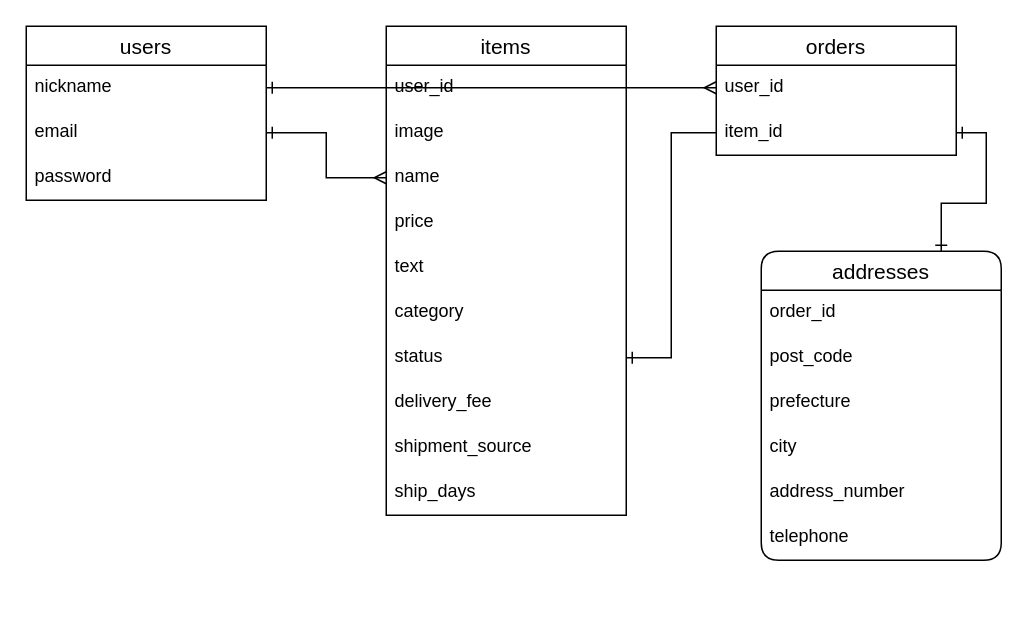
sisyphe0713/furima-30355 keeps this draw.io diagram as ER.dio. Above is the earlier version. Source tidied: cells renumbered, new cells numbered last; positions are measured from the earlier drawing's top-left corner, leaving out a move shared by most shapes. Both pictures are drawn from the tidied source at 150%, with x=0, y=0 at pixel (26, 26).
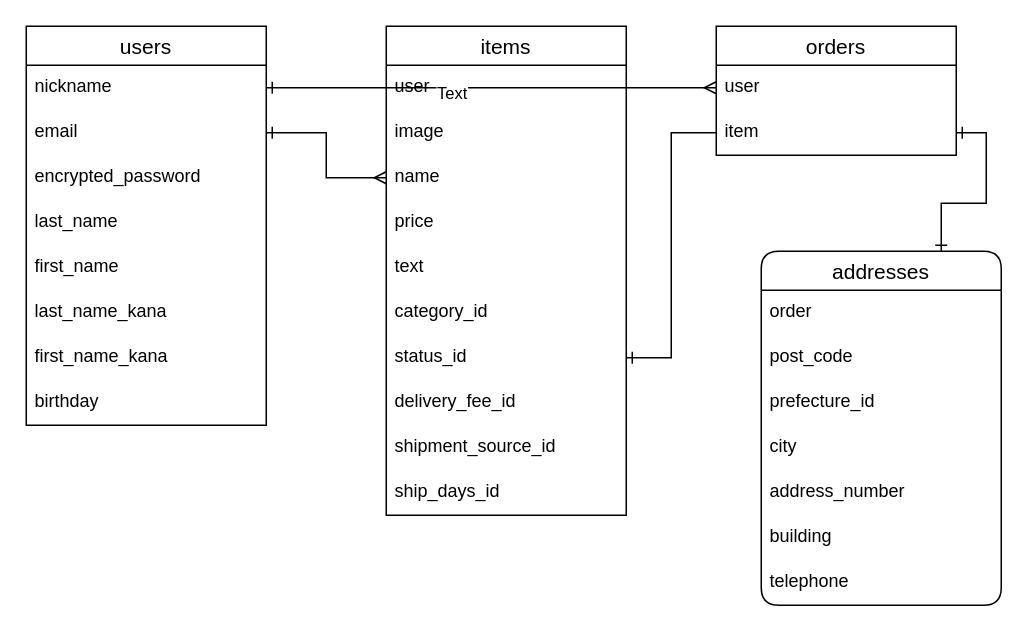
The same diagram, later.

Commit message (it also covers changes not shown here):
ER図、README修正

Unchanged cells that the change refers to:
```xml
<mxCell id="6" value="items" style="swimlane;fontStyle=0;horizontal=1;startSize=26;align=center;fontSize=14;" parent="1" vertex="1">
  <mxGeometry x="240" width="160" height="326" as="geometry" />
</mxCell>
<mxCell id="17" value="orders" style="swimlane;fontStyle=0;horizontal=1;startSize=26;align=center;fontSize=14;" parent="1" vertex="1">
  <mxGeometry x="460" width="160" height="86" as="geometry" />
</mxCell>
<mxCell id="30" style="edgeStyle=orthogonalEdgeStyle;rounded=0;jettySize=auto;html=1;exitX=1;exitY=0.5;exitDx=0;exitDy=0;entryX=0;entryY=0.5;entryDx=0;entryDy=0;startArrow=ERone;startFill=0;endArrow=ERmany;endFill=0;" parent="1" edge="1" source="3" target="18">
  <mxGeometry relative="1" as="geometry" />
</mxCell>
```

What changed in the source:
```diff
@@
     <mxCell id="2" value="users" style="swimlane;fontStyle=0;horizontal=1;startSize=26;align=center;fontSize=14;" parent="1" vertex="1">
-      <mxGeometry width="160" height="116" as="geometry" />
+      <mxGeometry width="160" height="266" as="geometry" />
     </mxCell>
@@
+    <mxCell id="31" value="encrypted_password" style="text;strokeColor=none;fillColor=none;spacingLeft=4;spacingRight=4;overflow=hidden;fontSize=12;" parent="2" vertex="1">
+      <mxGeometry y="86" width="160" height="30" as="geometry" />
+    </mxCell>
+    <mxCell id="32" value="last_name" style="text;strokeColor=none;fillColor=none;spacingLeft=4;spacingRight=4;overflow=hidden;fontSize=12;" parent="2" vertex="1">
+      <mxGeometry y="116" width="160" height="30" as="geometry" />
+    </mxCell>
+    <mxCell id="33" value="first_name" style="text;strokeColor=none;fillColor=none;spacingLeft=4;spacingRight=4;overflow=hidden;fontSize=12;" parent="2" vertex="1">
+      <mxGeometry y="146" width="160" height="30" as="geometry" />
+    </mxCell>
+    <mxCell id="34" value="last_name_kana" style="text;strokeColor=none;fillColor=none;spacingLeft=4;spacingRight=4;overflow=hidden;fontSize=12;" parent="2" vertex="1">
+      <mxGeometry y="176" width="160" height="30" as="geometry" />
+    </mxCell>
+    <mxCell id="35" value="first_name_kana" style="text;strokeColor=none;fillColor=none;spacingLeft=4;spacingRight=4;overflow=hidden;fontSize=12;" parent="2" vertex="1">
+      <mxGeometry y="206" width="160" height="30" as="geometry" />
+    </mxCell>
-    <mxCell id="5" value="password" style="text;strokeColor=none;fillColor=none;spacingLeft=4;spacingRight=4;overflow=hidden;fontSize=12;" parent="2" vertex="1">
-      <mxGeometry y="86" width="160" height="30" as="geometry" />
+    <mxCell id="5" value="birthday" style="text;strokeColor=none;fillColor=none;spacingLeft=4;spacingRight=4;overflow=hidden;fontSize=12;" parent="2" vertex="1">
+      <mxGeometry y="236" width="160" height="30" as="geometry" />
     </mxCell>
@@
-    <mxCell id="7" value="user_id" style="text;strokeColor=none;fillColor=none;spacingLeft=4;spacingRight=4;overflow=hidden;fontSize=12;" parent="6" vertex="1">
+    <mxCell id="7" value="user" style="text;strokeColor=none;fillColor=none;spacingLeft=4;spacingRight=4;overflow=hidden;fontSize=12;" parent="6" vertex="1">
       <mxGeometry y="26" width="160" height="30" as="geometry" />
     </mxCell>
@@
-    <mxCell id="12" value="category" style="text;strokeColor=none;fillColor=none;spacingLeft=4;spacingRight=4;overflow=hidden;fontSize=12;" parent="6" vertex="1">
+    <mxCell id="12" value="category_id" style="text;strokeColor=none;fillColor=none;spacingLeft=4;spacingRight=4;overflow=hidden;fontSize=12;" parent="6" vertex="1">
       <mxGeometry y="176" width="160" height="30" as="geometry" />
     </mxCell>
-    <mxCell id="13" value="status" style="text;strokeColor=none;fillColor=none;spacingLeft=4;spacingRight=4;overflow=hidden;points=[[0,0.5],[1,0.5]];portConstraint=eastwest;fontSize=12;" parent="6" vertex="1">
+    <mxCell id="13" value="status_id" style="text;strokeColor=none;fillColor=none;spacingLeft=4;spacingRight=4;overflow=hidden;points=[[0,0.5],[1,0.5]];portConstraint=eastwest;fontSize=12;" parent="6" vertex="1">
       <mxGeometry y="206" width="160" height="30" as="geometry" />
     </mxCell>
-    <mxCell id="14" value="delivery_fee" style="text;strokeColor=none;fillColor=none;spacingLeft=4;spacingRight=4;overflow=hidden;fontSize=12;" parent="6" vertex="1">
+    <mxCell id="14" value="delivery_fee_id" style="text;strokeColor=none;fillColor=none;spacingLeft=4;spacingRight=4;overflow=hidden;fontSize=12;" parent="6" vertex="1">
       <mxGeometry y="236" width="160" height="30" as="geometry" />
     </mxCell>
-    <mxCell id="15" value="shipment_source" style="text;strokeColor=none;fillColor=none;spacingLeft=4;spacingRight=4;overflow=hidden;fontSize=12;" parent="6" vertex="1">
+    <mxCell id="15" value="shipment_source_id" style="text;strokeColor=none;fillColor=none;spacingLeft=4;spacingRight=4;overflow=hidden;fontSize=12;" parent="6" vertex="1">
       <mxGeometry y="266" width="160" height="30" as="geometry" />
     </mxCell>
-    <mxCell id="16" value="ship_days" style="text;strokeColor=none;fillColor=none;spacingLeft=4;spacingRight=4;overflow=hidden;fontSize=12;" parent="6" vertex="1">
+    <mxCell id="16" value="ship_days_id" style="text;strokeColor=none;fillColor=none;spacingLeft=4;spacingRight=4;overflow=hidden;fontSize=12;" parent="6" vertex="1">
       <mxGeometry y="296" width="160" height="30" as="geometry" />
     </mxCell>
@@
-    <mxCell id="18" value="user_id" style="text;strokeColor=none;fillColor=none;spacingLeft=4;spacingRight=4;overflow=hidden;points=[[0,0.5],[1,0.5]];portConstraint=eastwest;fontSize=12;" parent="17" vertex="1">
+    <mxCell id="18" value="user" style="text;strokeColor=none;fillColor=none;spacingLeft=4;spacingRight=4;overflow=hidden;points=[[0,0.5],[1,0.5]];portConstraint=eastwest;fontSize=12;" parent="17" vertex="1">
       <mxGeometry y="26" width="160" height="30" as="geometry" />
     </mxCell>
-    <mxCell id="19" value="item_id" style="text;strokeColor=none;fillColor=none;spacingLeft=4;spacingRight=4;overflow=hidden;points=[[0,0.5],[1,0.5]];portConstraint=eastwest;fontSize=12;" parent="17" vertex="1">
+    <mxCell id="19" value="item" style="text;strokeColor=none;fillColor=none;spacingLeft=4;spacingRight=4;overflow=hidden;points=[[0,0.5],[1,0.5]];portConstraint=eastwest;fontSize=12;" parent="17" vertex="1">
       <mxGeometry y="56" width="160" height="30" as="geometry" />
     </mxCell>
     <mxCell id="20" value="addresses" style="swimlane;fontStyle=0;horizontal=1;startSize=26;align=center;fontSize=14;rounded=1;" parent="1" vertex="1">
-      <mxGeometry x="490" y="150" width="160" height="206" as="geometry" />
+      <mxGeometry x="490" y="150" width="160" height="236" as="geometry" />
     </mxCell>
-    <mxCell id="21" value="order_id" style="text;strokeColor=none;fillColor=none;spacingLeft=4;spacingRight=4;overflow=hidden;fontSize=12;" parent="20" vertex="1">
+    <mxCell id="21" value="order" style="text;strokeColor=none;fillColor=none;spacingLeft=4;spacingRight=4;overflow=hidden;fontSize=12;" parent="20" vertex="1">
       <mxGeometry y="26" width="160" height="30" as="geometry" />
     </mxCell>
@@
-    <mxCell id="23" value="prefecture" style="text;strokeColor=none;fillColor=none;spacingLeft=4;spacingRight=4;overflow=hidden;fontSize=12;" parent="20" vertex="1">
+    <mxCell id="23" value="prefecture_id" style="text;strokeColor=none;fillColor=none;spacingLeft=4;spacingRight=4;overflow=hidden;fontSize=12;" parent="20" vertex="1">
       <mxGeometry y="86" width="160" height="30" as="geometry" />
     </mxCell>
@@
+    <mxCell id="36" value="building" style="text;strokeColor=none;fillColor=none;spacingLeft=4;spacingRight=4;overflow=hidden;fontSize=12;" parent="20" vertex="1">
+      <mxGeometry y="176" width="160" height="30" as="geometry" />
+    </mxCell>
     <mxCell id="26" value="telephone" style="text;strokeColor=none;fillColor=none;spacingLeft=4;spacingRight=4;overflow=hidden;fontSize=12;" parent="20" vertex="1">
-      <mxGeometry y="176" width="160" height="30" as="geometry" />
+      <mxGeometry y="206" width="160" height="30" as="geometry" />
     </mxCell>
@@
+    <mxCell id="37" value="Text" style="edgeLabel;html=1;align=center;verticalAlign=middle;" parent="30" vertex="1">
+      <mxGeometry x="-0.18" y="-3" relative="1" as="geometry" />
+    </mxCell>
```
